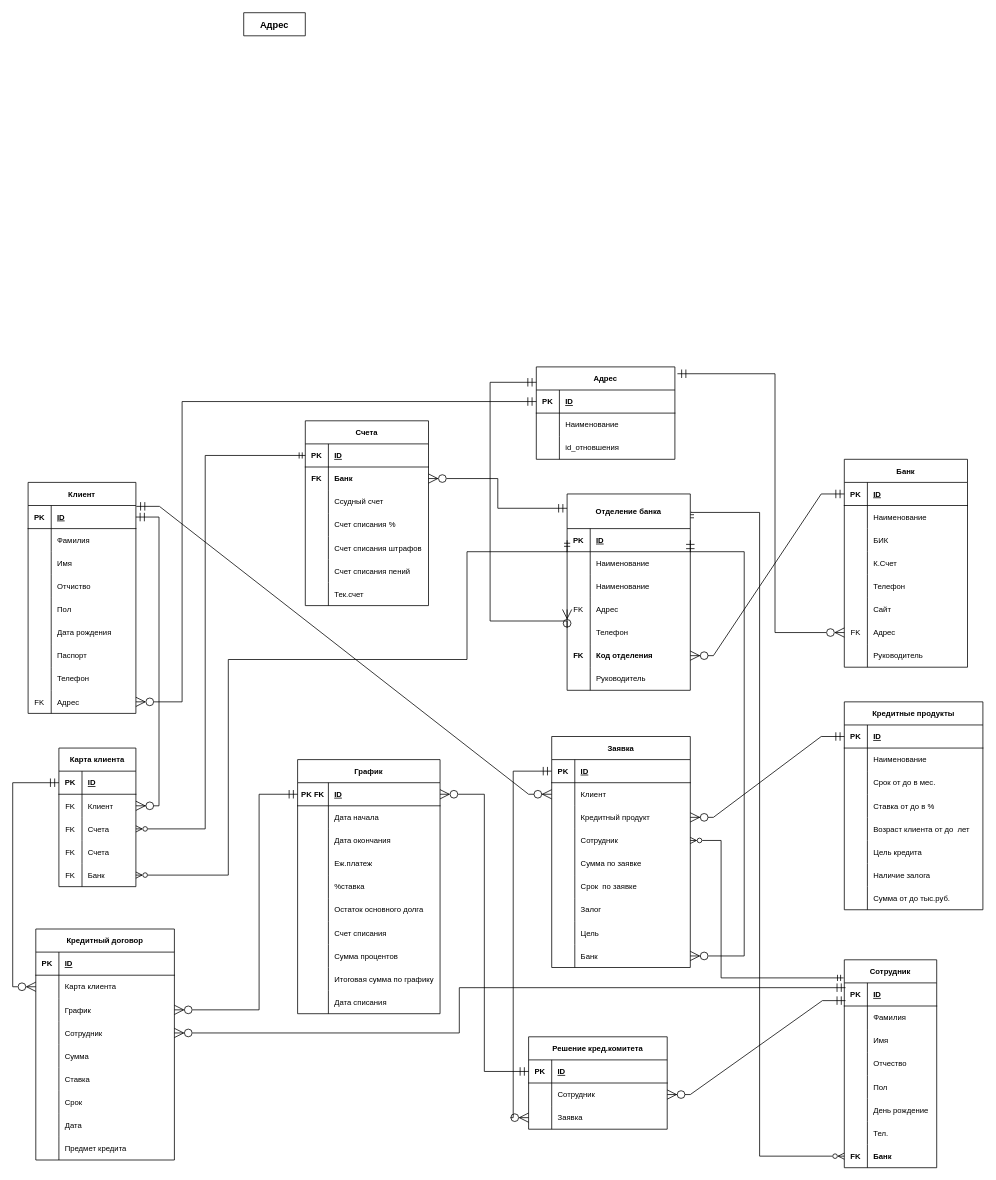
Above: Кред Договора.drawio in RadmirSalikhov/otushomeworks (draw.io), before the change. Source tidied: cells renumbered, new cells numbered last; positions are measured from the earlier drawing's top-left corner, leaving out a move shared by most shapes. Both pictures are drawn from the tidied source at 77%, with x=0, y=0 at pixel (12, 12).
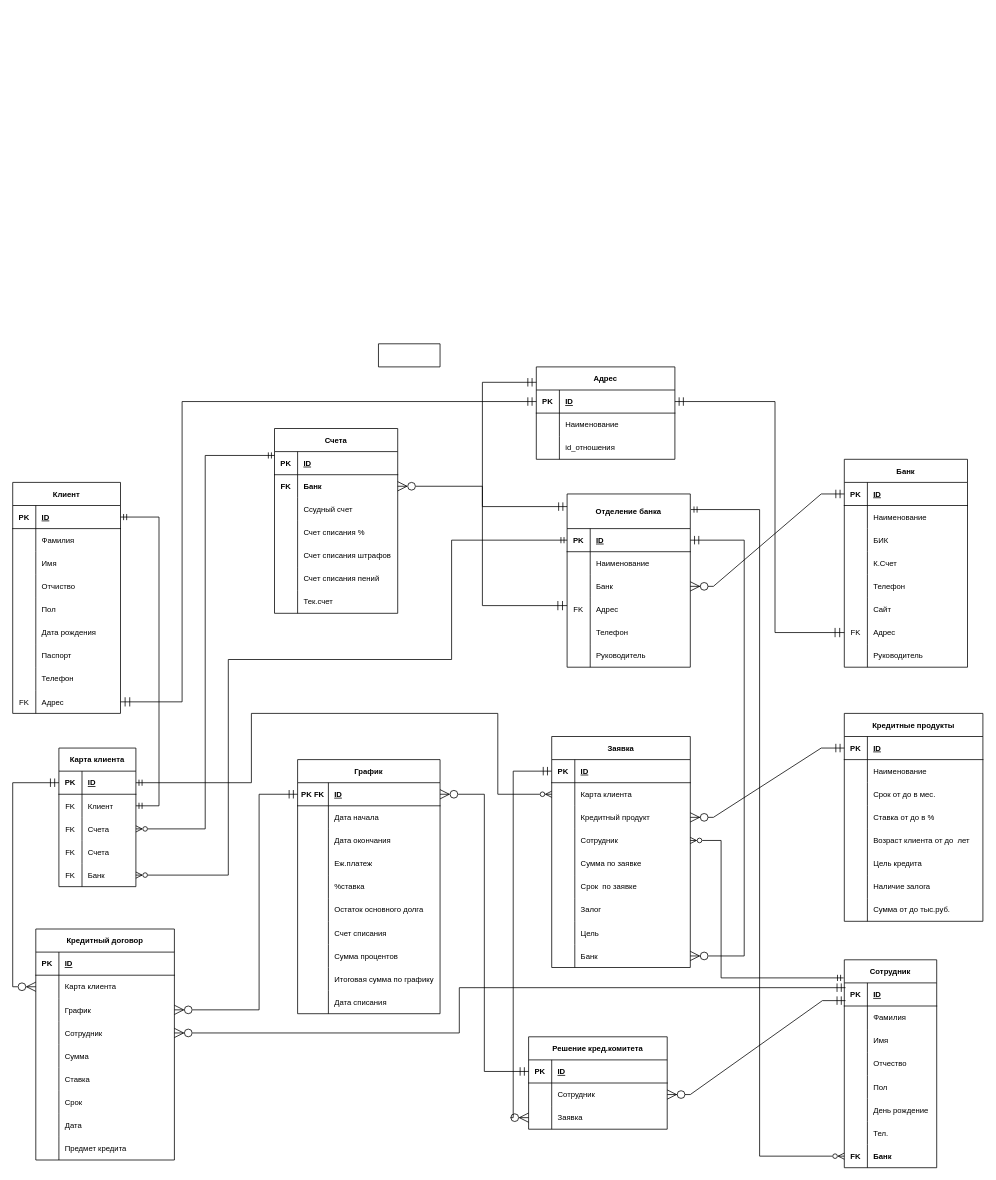
Above is the later version.

Unchanged cells that the change refers to:
```xml
<mxCell id="3" style="shape=tableRow;horizontal=0;startSize=0;swimlaneHead=0;swimlaneBody=0;fillColor=none;points=[[0,0.5],[1,0.5]];portConstraint=eastwest;top=0;left=0;right=0;bottom=1;fontSize=10;" parent="2" vertex="1">
  <mxGeometry y="30" width="140" height="30" as="geometry" />
</mxCell>
<mxCell id="27" style="shape=tableRow;horizontal=0;startSize=0;swimlaneHead=0;swimlaneBody=0;fillColor=none;points=[[0,0.5],[1,0.5]];portConstraint=eastwest;top=0;left=0;right=0;bottom=0;fontSize=10;" parent="2" vertex="1">
  <mxGeometry y="270" width="140" height="30" as="geometry" />
</mxCell>
<mxCell id="53" style="shape=tableRow;horizontal=0;startSize=0;swimlaneHead=0;swimlaneBody=0;fillColor=none;points=[[0,0.5],[1,0.5]];portConstraint=eastwest;top=0;left=0;right=0;bottom=0;fontSize=10;fontStyle=1;" parent="31" vertex="1">
  <mxGeometry y="240" width="120" height="30" as="geometry" />
</mxCell>
<mxCell id="57" style="shape=tableRow;horizontal=0;startSize=0;swimlaneHead=0;swimlaneBody=0;fillColor=none;points=[[0,0.5],[1,0.5]];portConstraint=eastwest;top=0;left=0;right=0;bottom=1;fontSize=10;" parent="56" vertex="1">
  <mxGeometry y="30" width="100" height="30" as="geometry" />
</mxCell>
<mxCell id="60" style="shape=tableRow;horizontal=0;startSize=0;swimlaneHead=0;swimlaneBody=0;fillColor=none;points=[[0,0.5],[1,0.5]];portConstraint=eastwest;top=0;left=0;right=0;bottom=0;fontSize=10;" parent="56" vertex="1">
  <mxGeometry y="60" width="100" height="30" as="geometry" />
</mxCell>
<mxCell id="69" style="shape=tableRow;horizontal=0;startSize=0;swimlaneHead=0;swimlaneBody=0;fillColor=none;points=[[0,0.5],[1,0.5]];portConstraint=eastwest;top=0;left=0;right=0;bottom=0;fontSize=10;" parent="56" vertex="1">
  <mxGeometry y="150" width="100" height="30" as="geometry" />
</mxCell>
<mxCell id="97" style="shape=tableRow;horizontal=0;startSize=0;swimlaneHead=0;swimlaneBody=0;fillColor=none;points=[[0,0.5],[1,0.5]];portConstraint=eastwest;top=0;left=0;right=0;bottom=1;fontSize=10;" parent="96" vertex="1">
  <mxGeometry y="45" width="160" height="30" as="geometry" />
</mxCell>
<mxCell id="103" style="shape=tableRow;horizontal=0;startSize=0;swimlaneHead=0;swimlaneBody=0;fillColor=none;points=[[0,0.5],[1,0.5]];portConstraint=eastwest;top=0;left=0;right=0;bottom=0;fontSize=10;" parent="96" vertex="1">
  <mxGeometry y="105" width="160" height="30" as="geometry" />
</mxCell>
<mxCell id="106" style="shape=tableRow;horizontal=0;startSize=0;swimlaneHead=0;swimlaneBody=0;fillColor=none;points=[[0,0.5],[1,0.5]];portConstraint=eastwest;top=0;left=0;right=0;bottom=0;fontSize=10;" parent="96" vertex="1">
  <mxGeometry y="135" width="160" height="30" as="geometry" />
</mxCell>
<mxCell id="119" style="shape=tableRow;horizontal=0;startSize=0;swimlaneHead=0;swimlaneBody=0;fillColor=none;points=[[0,0.5],[1,0.5]];portConstraint=eastwest;top=0;left=0;right=0;bottom=1;fontSize=10;" parent="118" vertex="1">
  <mxGeometry y="30" width="160" height="30" as="geometry" />
</mxCell>
<mxCell id="137" style="shape=tableRow;horizontal=0;startSize=0;swimlaneHead=0;swimlaneBody=0;fillColor=none;points=[[0,0.5],[1,0.5]];portConstraint=eastwest;top=0;left=0;right=0;bottom=0;fontSize=10;" parent="118" vertex="1">
  <mxGeometry y="210" width="160" height="30" as="geometry" />
</mxCell>
<mxCell id="170" value="Адрес" style="shape=table;startSize=30;childLayout=tableLayout;rowLines=0;fontStyle=1;align=center;fontSize=10;" parent="1" vertex="1">
  <mxGeometry x="680" y="460" width="180" height="120" as="geometry" />
</mxCell>
<mxCell id="171" style="shape=tableRow;horizontal=0;startSize=0;swimlaneHead=0;swimlaneBody=0;fillColor=none;points=[[0,0.5],[1,0.5]];portConstraint=eastwest;top=0;left=0;right=0;bottom=1;fontSize=10;" parent="170" vertex="1">
  <mxGeometry y="30" width="180" height="30" as="geometry" />
</mxCell>
<mxCell id="177" style="shape=tableRow;horizontal=0;startSize=0;swimlaneHead=0;swimlaneBody=0;fillColor=none;top=0;left=0;right=0;bottom=0;fontSize=10;" parent="170" vertex="1">
  <mxGeometry y="90" width="180" height="30" as="geometry" />
</mxCell>
<mxCell id="184" style="shape=tableRow;horizontal=0;startSize=0;swimlaneHead=0;swimlaneBody=0;fillColor=none;points=[[0,0.5],[1,0.5]];portConstraint=eastwest;top=0;left=0;right=0;bottom=0;fontSize=10;" parent="180" vertex="1">
  <mxGeometry y="60" width="180" height="30" as="geometry" />
</mxCell>
<mxCell id="205" style="shape=tableRow;horizontal=0;startSize=0;swimlaneHead=0;swimlaneBody=0;fillColor=none;points=[[0,0.5],[1,0.5]];portConstraint=eastwest;top=0;left=0;right=0;bottom=0;fontSize=10;" parent="180" vertex="1">
  <mxGeometry y="270" width="180" height="30" as="geometry" />
</mxCell>
```

The edit, as a diff of the source:
```diff
@@
     <mxCell id="2" value="Клиент" style="shape=table;startSize=30;childLayout=tableLayout;rowLines=0;fontStyle=1;align=center;fontSize=10;" parent="1" vertex="1">
-      <mxGeometry x="20" y="610" width="140" height="300" as="geometry" />
+      <mxGeometry y="610" width="140" height="300" as="geometry" />
     </mxCell>
@@
     <mxCell id="72" value="Счета" style="shape=table;startSize=30;childLayout=tableLayout;rowLines=0;fontStyle=1;align=center;fontSize=10;" parent="1" vertex="1">
-      <mxGeometry x="380" y="530" width="160" height="240" as="geometry" />
+      <mxGeometry x="340" y="540" width="160" height="240" as="geometry" />
     </mxCell>
@@
     <mxCell id="94" style="edgeStyle=orthogonalEdgeStyle;rounded=0;jettySize=auto;html=1;entryX=1;entryY=0.5;entryDx=0;entryDy=0;startArrow=ERmandOne;startFill=0;endArrow=ERzeroToMany;endFill=0;exitX=0;exitY=0.5;exitDx=0;exitDy=0;" parent="1" edge="1" source="97" target="69">
       <mxGeometry relative="1" as="geometry">
         <Array as="points">
-          <mxPoint x="720" y="700" />
-          <mxPoint x="590" y="700" />
-          <mxPoint x="590" y="840" />
+          <mxPoint x="570" y="685" />
+          <mxPoint x="570" y="840" />
           <mxPoint x="280" y="840" />
           <mxPoint x="280" y="1120" />
         </Array>
       </mxGeometry>
     </mxCell>
     <mxCell id="95" style="edgeStyle=orthogonalEdgeStyle;rounded=0;jettySize=auto;html=1;entryX=0;entryY=0.5;entryDx=0;entryDy=0;startArrow=ERmandOne;startFill=0;endArrow=ERzeroToMany;endFill=0;exitX=1.005;exitY=0.09;exitDx=0;exitDy=0;exitPerimeter=0;" parent="1" edge="1" source="96" target="53">
       <mxGeometry relative="1" as="geometry">
         <Array as="points">
-          <mxPoint x="970" y="649" />
+          <mxPoint x="970" y="645" />
           <mxPoint x="970" y="1485" />
         </Array>
       </mxGeometry>
     </mxCell>
     <mxCell id="96" value="Отделение банка" style="shape=table;startSize=45;childLayout=tableLayout;rowLines=0;fontStyle=1;align=center;fontSize=10;" parent="1" vertex="1">
-      <mxGeometry x="720" y="625" width="160" height="255" as="geometry" />
+      <mxGeometry x="720" y="625" width="160" height="225" as="geometry" />
     </mxCell>
@@
-    <mxCell id="105" value="Наименование" style="shape=partialRectangle;fillColor=none;top=0;left=0;bottom=0;right=0;align=left;spacingLeft=6;overflow=hidden;fontSize=10;" parent="103" vertex="1">
+    <mxCell id="105" value="Банк" style="shape=partialRectangle;fillColor=none;top=0;left=0;bottom=0;right=0;align=left;spacingLeft=6;overflow=hidden;fontSize=10;" parent="103" vertex="1">
       <mxGeometry x="30" width="130" height="30" as="geometry" />
     </mxCell>
@@
-    <mxCell id="112" style="shape=tableRow;horizontal=0;startSize=0;swimlaneHead=0;swimlaneBody=0;fillColor=none;points=[[0,0.5],[1,0.5]];portConstraint=eastwest;top=0;left=0;right=0;bottom=0;fontSize=10;" parent="96" vertex="1">
-      <mxGeometry y="195" width="160" height="30" as="geometry" />
-    </mxCell>
-    <mxCell id="113" value="FK" style="shape=partialRectangle;fillColor=none;top=0;left=0;bottom=0;right=0;overflow=hidden;fontSize=10;fontStyle=1;" parent="112" vertex="1">
-      <mxGeometry width="30" height="30" as="geometry" />
-    </mxCell>
-    <mxCell id="114" value="Код отделения" style="shape=partialRectangle;fillColor=none;top=0;left=0;bottom=0;right=0;align=left;spacingLeft=6;overflow=hidden;fontSize=10;fontStyle=1;" parent="112" vertex="1">
-      <mxGeometry x="30" width="130" height="30" as="geometry" />
-    </mxCell>
     <mxCell id="115" style="shape=tableRow;horizontal=0;startSize=0;swimlaneHead=0;swimlaneBody=0;fillColor=none;top=0;left=0;right=0;bottom=0;fontSize=10;" parent="96" vertex="1">
-      <mxGeometry y="225" width="160" height="30" as="geometry" />
+      <mxGeometry y="195" width="160" height="30" as="geometry" />
     </mxCell>
@@
-    <mxCell id="143" style="edgeStyle=entityRelationEdgeStyle;fontSize=12;html=1;endArrow=ERzeroToMany;startArrow=ERmandOne;rounded=0;startSize=9;endSize=10;exitX=0;exitY=0.5;exitDx=0;exitDy=0;entryX=1;entryY=0.5;entryDx=0;entryDy=0;" parent="1" edge="1" source="119" target="112">
+    <mxCell id="143" style="edgeStyle=entityRelationEdgeStyle;fontSize=12;html=1;endArrow=ERzeroToMany;startArrow=ERmandOne;rounded=0;startSize=9;endSize=10;exitX=0;exitY=0.5;exitDx=0;exitDy=0;entryX=1;entryY=0.5;entryDx=0;entryDy=0;" parent="1" edge="1" source="119" target="103">
       <mxGeometry relative="1" as="geometry" />
     </mxCell>
-    <mxCell id="144" style="edgeStyle=entityRelationEdgeStyle;fontSize=12;html=1;endArrow=ERzeroToMany;startArrow=ERmandOne;rounded=0;startSize=9;endSize=10;exitX=1;exitY=0.5;exitDx=0;exitDy=0;entryX=1;entryY=0.5;entryDx=0;entryDy=0;" parent="1" edge="1" source="3" target="60">
-      <mxGeometry relative="1" as="geometry" />
-    </mxCell>
     <mxCell id="145" value="Кредитные продукты" style="shape=table;startSize=30;childLayout=tableLayout;rowLines=0;fontStyle=1;align=center;fontSize=10;" parent="1" vertex="1">
-      <mxGeometry x="1080" y="895" width="180" height="270" as="geometry" />
+      <mxGeometry x="1080" y="910" width="180" height="270" as="geometry" />
     </mxCell>
@@
-    <mxCell id="179" value="id_отновшения" style="shape=partialRectangle;fillColor=none;top=0;left=0;bottom=0;right=0;align=left;spacingLeft=6;overflow=hidden;fontSize=10;" parent="177" vertex="1">
+    <mxCell id="179" value="id_отношения" style="shape=partialRectangle;fillColor=none;top=0;left=0;bottom=0;right=0;align=left;spacingLeft=6;overflow=hidden;fontSize=10;" parent="177" vertex="1">
       <mxGeometry x="30" width="150" height="30" as="geometry" />
     </mxCell>
@@
-    <mxCell id="186" value="Клиент" style="shape=partialRectangle;fillColor=none;top=0;left=0;bottom=0;right=0;align=left;spacingLeft=6;overflow=hidden;fontSize=10;" parent="184" vertex="1">
+    <mxCell id="186" value="Карта клиента" style="shape=partialRectangle;fillColor=none;top=0;left=0;bottom=0;right=0;align=left;spacingLeft=6;overflow=hidden;fontSize=10;" parent="184" vertex="1">
       <mxGeometry x="30" width="150" height="30" as="geometry" />
     </mxCell>
@@
-    <mxCell id="209" style="edgeStyle=entityRelationEdgeStyle;fontSize=12;html=1;endArrow=ERzeroToMany;startArrow=ERmandOne;rounded=0;startSize=9;endSize=10;entryX=0;entryY=0.5;entryDx=0;entryDy=0;exitX=1.004;exitY=0.037;exitDx=0;exitDy=0;exitPerimeter=0;" parent="1" edge="1" source="3" target="184">
-      <mxGeometry relative="1" as="geometry" />
-    </mxCell>
@@
     <mxCell id="286" style="edgeStyle=orthogonalEdgeStyle;rounded=0;jettySize=auto;html=1;entryX=1;entryY=0.5;entryDx=0;entryDy=0;fontSize=10;startArrow=ERmandOne;startFill=0;endArrow=ERzeroToMany;endFill=0;startSize=9;endSize=10;exitX=1;exitY=0.5;exitDx=0;exitDy=0;" parent="1" edge="1" source="97" target="205">
       <mxGeometry relative="1" as="geometry">
         <Array as="points">
-          <mxPoint x="950" y="700" />
+          <mxPoint x="950" y="685" />
           <mxPoint x="950" y="1225" />
         </Array>
       </mxGeometry>
     </mxCell>
-    <mxCell id="287" style="edgeStyle=orthogonalEdgeStyle;rounded=0;jettySize=auto;html=1;entryX=0;entryY=0.5;entryDx=0;entryDy=0;fontSize=10;startArrow=ERmandOne;startFill=0;endArrow=ERzeroToMany;endFill=0;startSize=9;endSize=10;" parent="1" edge="1" target="106">
+    <mxCell id="287" style="edgeStyle=orthogonalEdgeStyle;rounded=0;jettySize=auto;html=1;fontSize=10;startArrow=ERmandOne;startFill=0;endArrow=ERmandOne;endFill=0;startSize=9;endSize=10;" parent="1" edge="1" target="106">
       <mxGeometry relative="1" as="geometry">
         <mxPoint x="680" y="480" as="sourcePoint" />
         <Array as="points">
-          <mxPoint x="620" y="480" />
-          <mxPoint x="620" y="790" />
-          <mxPoint x="720" y="790" />
+          <mxPoint x="610" y="480" />
+          <mxPoint x="610" y="770" />
         </Array>
       </mxGeometry>
     </mxCell>
-    <mxCell id="288" style="edgeStyle=orthogonalEdgeStyle;rounded=0;jettySize=auto;html=1;exitX=1.018;exitY=0.074;exitDx=0;exitDy=0;entryX=0;entryY=0.5;entryDx=0;entryDy=0;fontSize=10;startArrow=ERmandOne;startFill=0;endArrow=ERzeroToMany;endFill=0;startSize=9;endSize=10;exitPerimeter=0;" parent="1" edge="1" source="170" target="137">
+    <mxCell id="288" style="edgeStyle=orthogonalEdgeStyle;rounded=0;jettySize=auto;html=1;exitX=1;exitY=0.5;exitDx=0;exitDy=0;entryX=0;entryY=0.5;entryDx=0;entryDy=0;fontSize=10;startArrow=ERmandOne;startFill=0;endArrow=ERmandOne;endFill=0;startSize=9;endSize=10;" parent="1" edge="1" source="171" target="137">
       <mxGeometry relative="1" as="geometry">
         <Array as="points">
-          <mxPoint x="990" y="469" />
+          <mxPoint x="990" y="505" />
           <mxPoint x="990" y="805" />
         </Array>
       </mxGeometry>
     </mxCell>
-    <mxCell id="289" style="edgeStyle=orthogonalEdgeStyle;rounded=0;jettySize=auto;html=1;entryX=1;entryY=0.5;entryDx=0;entryDy=0;fontSize=10;startArrow=ERmandOne;startFill=0;endArrow=ERzeroToMany;endFill=0;startSize=9;endSize=10;exitX=0;exitY=0.5;exitDx=0;exitDy=0;" parent="1" edge="1" source="171" target="27">
+    <mxCell id="289" style="edgeStyle=orthogonalEdgeStyle;rounded=0;jettySize=auto;html=1;entryX=1;entryY=0.5;entryDx=0;entryDy=0;fontSize=10;startArrow=ERmandOne;startFill=0;endArrow=ERmandOne;endFill=0;startSize=9;endSize=10;exitX=0;exitY=0.5;exitDx=0;exitDy=0;" parent="1" edge="1" source="171" target="27">
       <mxGeometry relative="1" as="geometry">
         <Array as="points">
           <mxPoint x="220" y="505" />
           <mxPoint x="220" y="895" />
         </Array>
       </mxGeometry>
     </mxCell>
@@
-    <mxCell id="291" value="Адрес" style="shape=table;startSize=30;childLayout=tableLayout;rowLines=0;fontStyle=1;align=center;" parent="1" vertex="1" collapsed="1">
-      <mxGeometry x="300" width="80" height="30" as="geometry" />
+    <mxCell id="291" style="shape=table;startSize=30;childLayout=tableLayout;rowLines=0;fontStyle=1;align=center;" parent="1" vertex="1" collapsed="1">
+      <mxGeometry x="475" y="430" width="80" height="30" as="geometry" />
     </mxCell>
+    <mxCell id="292" style="edgeStyle=orthogonalEdgeStyle;rounded=0;jettySize=auto;html=1;entryX=0;entryY=0.5;entryDx=0;entryDy=0;startArrow=ERmandOne;startFill=0;endArrow=ERzeroToMany;endFill=0;" parent="1" edge="1" source="57" target="184">
+      <mxGeometry relative="1" as="geometry">
+        <Array as="points">
+          <mxPoint x="310" y="1000" />
+          <mxPoint x="310" y="910" />
+          <mxPoint x="630" y="910" />
+          <mxPoint x="630" y="1015" />
+        </Array>
+      </mxGeometry>
+    </mxCell>
+    <mxCell id="144" style="edgeStyle=orthogonalEdgeStyle;rounded=0;jettySize=auto;html=1;entryX=1;entryY=0.5;entryDx=0;entryDy=0;startArrow=ERmandOne;startFill=0;endArrow=ERmandOne;endFill=0;" parent="1" edge="1" source="3" target="60">
+      <mxGeometry relative="1" as="geometry">
+        <Array as="points">
+          <mxPoint x="190" y="655" />
+          <mxPoint x="190" y="1030" />
+        </Array>
+      </mxGeometry>
+    </mxCell>
```
